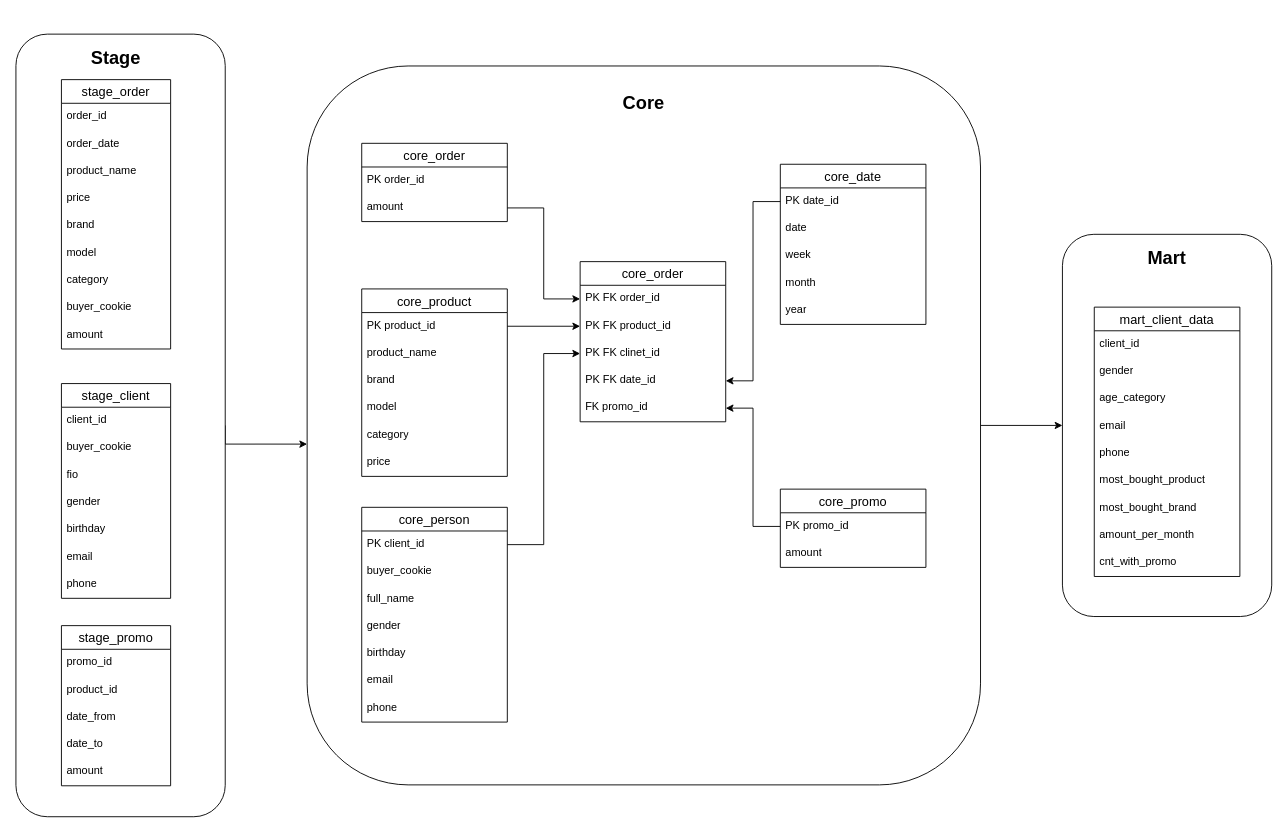
Earlier version of the draw.io diagram task_2.6/task_2.6.drawio (grintvl/de_study). Source tidied: cells renumbered, new cells numbered last; positions are measured from the earlier drawing's top-left corner, leaving out a move shared by most shapes. Both pictures are drawn from the tidied source at 91%, with x=0, y=0 at pixel (15, 34).
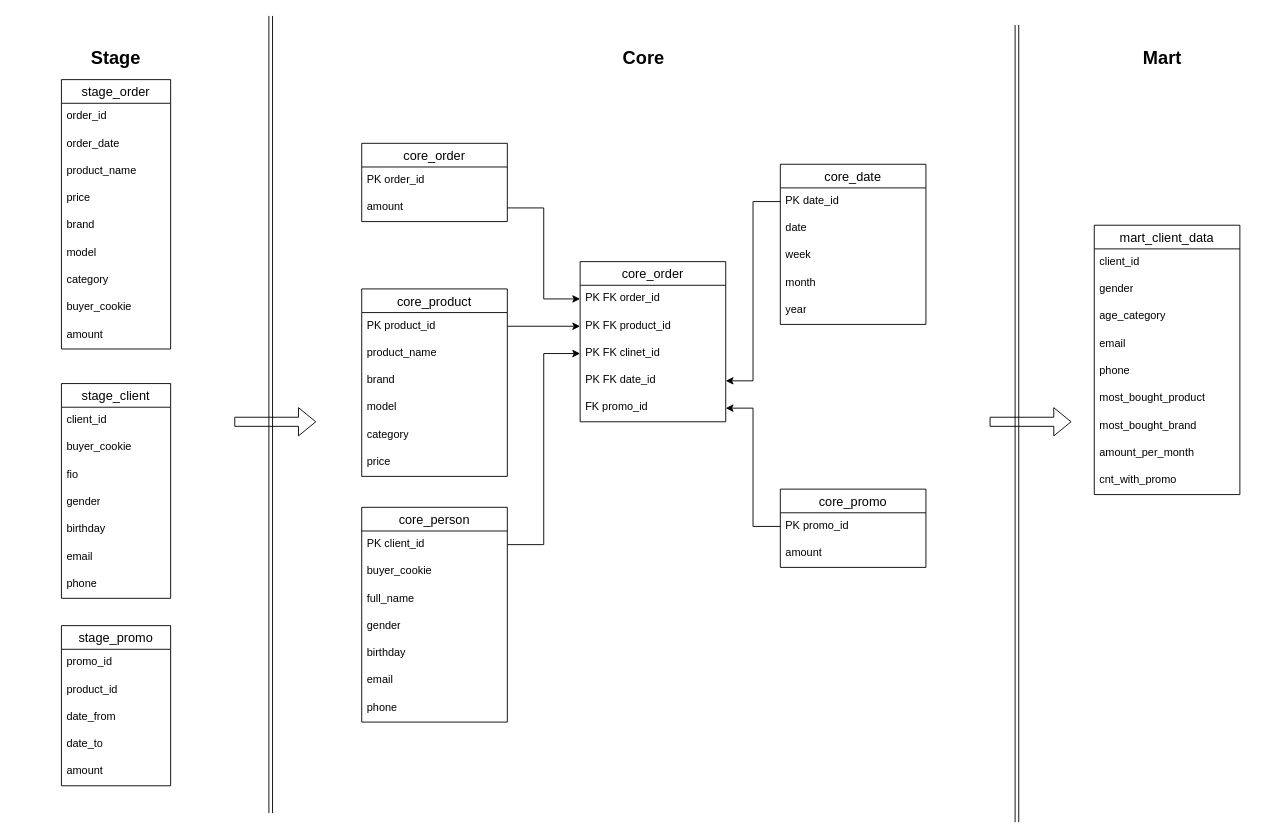
The same page after the edit.

Change to the diagram source:
```diff
@@
-    <mxCell id="2" style="edgeStyle=orthogonalEdgeStyle;rounded=0;jettySize=auto;html=1;exitX=1;exitY=0.5;exitDx=0;exitDy=0;entryX=0;entryY=0.526;entryDx=0;entryDy=0;entryPerimeter=0;" parent="1" edge="1" source="3" target="5">
-      <mxGeometry relative="1" as="geometry">
-        <Array as="points">
-          <mxPoint x="230" y="450" />
-        </Array>
-      </mxGeometry>
-    </mxCell>
-    <mxCell id="3" style="rounded=1;whiteSpace=wrap;html=1;" parent="1" vertex="1">
-      <mxGeometry width="230" height="860" as="geometry" />
-    </mxCell>
-    <mxCell id="4" style="edgeStyle=orthogonalEdgeStyle;rounded=0;jettySize=auto;html=1;exitX=1;exitY=0.5;exitDx=0;exitDy=0;entryX=0;entryY=0.5;entryDx=0;entryDy=0;" parent="1" edge="1" source="5" target="6">
-      <mxGeometry relative="1" as="geometry" />
-    </mxCell>
-    <mxCell id="5" style="rounded=1;whiteSpace=wrap;html=1;" parent="1" vertex="1">
-      <mxGeometry x="320" y="35" width="740" height="790" as="geometry" />
-    </mxCell>
-    <mxCell id="6" style="rounded=1;whiteSpace=wrap;html=1;" parent="1" vertex="1">
-      <mxGeometry x="1150" y="220" width="230" height="420" as="geometry" />
-    </mxCell>
@@
     <mxCell id="35" value="&lt;b&gt;&lt;font style=&quot;font-size: 20px;&quot;&gt;Core&lt;/font&gt;&lt;/b&gt;" style="text;strokeColor=none;align=center;fillColor=none;html=1;verticalAlign=middle;whiteSpace=wrap;rounded=0;" parent="1" vertex="1">
-      <mxGeometry x="660" y="60" width="60" height="30" as="geometry" />
+      <mxGeometry x="660" y="10" width="60" height="30" as="geometry" />
     </mxCell>
@@
     <mxCell id="71" value="&lt;b&gt;&lt;font style=&quot;font-size: 20px;&quot;&gt;Mart&lt;/font&gt;&lt;/b&gt;" style="text;strokeColor=none;align=center;fillColor=none;html=1;verticalAlign=middle;whiteSpace=wrap;rounded=0;" parent="1" vertex="1">
-      <mxGeometry x="1235" y="230" width="60" height="30" as="geometry" />
+      <mxGeometry x="1230" y="10" width="60" height="30" as="geometry" />
     </mxCell>
     <mxCell id="72" value="mart_client_data" style="swimlane;fontStyle=0;horizontal=1;startSize=26;align=center;fontSize=14;" parent="1" vertex="1">
-      <mxGeometry x="1185" y="300" width="160" height="296" as="geometry" />
+      <mxGeometry x="1185" y="210" width="160" height="296" as="geometry" />
     </mxCell>
@@
-    <mxCell id="82" style="edgeStyle=orthogonalEdgeStyle;rounded=0;orthogonalLoop=1;jettySize=auto;html=1;exitX=0.5;exitY=1;exitDx=0;exitDy=0;" parent="1" edge="1" source="6" target="6">
-      <mxGeometry relative="1" as="geometry" />
+    <mxCell id="82" style="edgeStyle=orthogonalEdgeStyle;rounded=0;orthogonalLoop=1;jettySize=auto;html=1;exitX=0.5;exitY=1;exitDx=0;exitDy=0;" parent="1" edge="1">
+      <mxGeometry relative="1" as="geometry">
+        <mxPoint x="1265" y="640" as="sourcePoint" />
+        <mxPoint x="1265" y="640" as="targetPoint" />
+      </mxGeometry>
     </mxCell>
+    <mxCell id="83" style="shape=link;html=1;rounded=0;" parent="1" edge="1">
+      <mxGeometry relative="1" as="geometry">
+        <mxPoint x="280" y="-20" as="sourcePoint" />
+        <mxPoint x="280" y="856" as="targetPoint" />
+      </mxGeometry>
+    </mxCell>
+    <mxCell id="84" style="shape=link;html=1;rounded=0;" parent="1" edge="1">
+      <mxGeometry relative="1" as="geometry">
+        <mxPoint x="1100" y="-10" as="sourcePoint" />
+        <mxPoint x="1100" y="866" as="targetPoint" />
+      </mxGeometry>
+    </mxCell>
+    <mxCell id="85" style="shape=flexArrow;endArrow=classic;html=1;rounded=0;" parent="1" edge="1">
+      <mxGeometry relative="1" as="geometry">
+        <mxPoint x="240" y="426" as="sourcePoint" />
+        <mxPoint x="330" y="426" as="targetPoint" />
+      </mxGeometry>
+    </mxCell>
+    <mxCell id="86" style="shape=flexArrow;endArrow=classic;html=1;rounded=0;" parent="1" edge="1">
+      <mxGeometry relative="1" as="geometry">
+        <mxPoint x="1070" y="426" as="sourcePoint" />
+        <mxPoint x="1160" y="426" as="targetPoint" />
+      </mxGeometry>
+    </mxCell>
```
